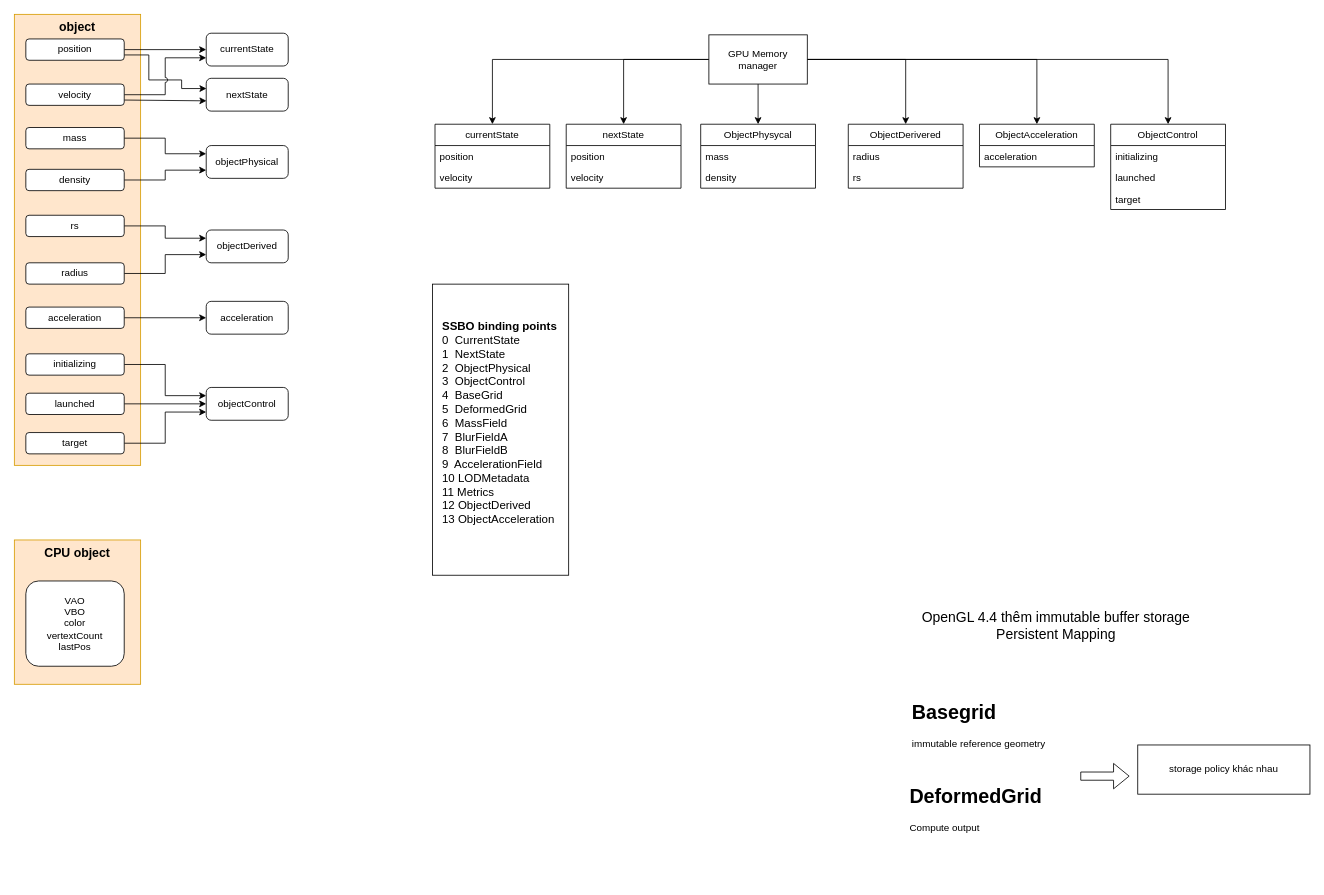
Above: page "class GMemory" (1 of 2) of docs/gpu_memory_manager.drawio in quocthaile/gravity_sim (draw.io), before the change. Source tidied: cells renumbered, new cells numbered last; positions are measured from the earlier drawing's top-left corner, leaving out a move shared by most shapes. Both pictures are drawn from the tidied source at 82%, with x=0, y=0 at pixel (14, 14).
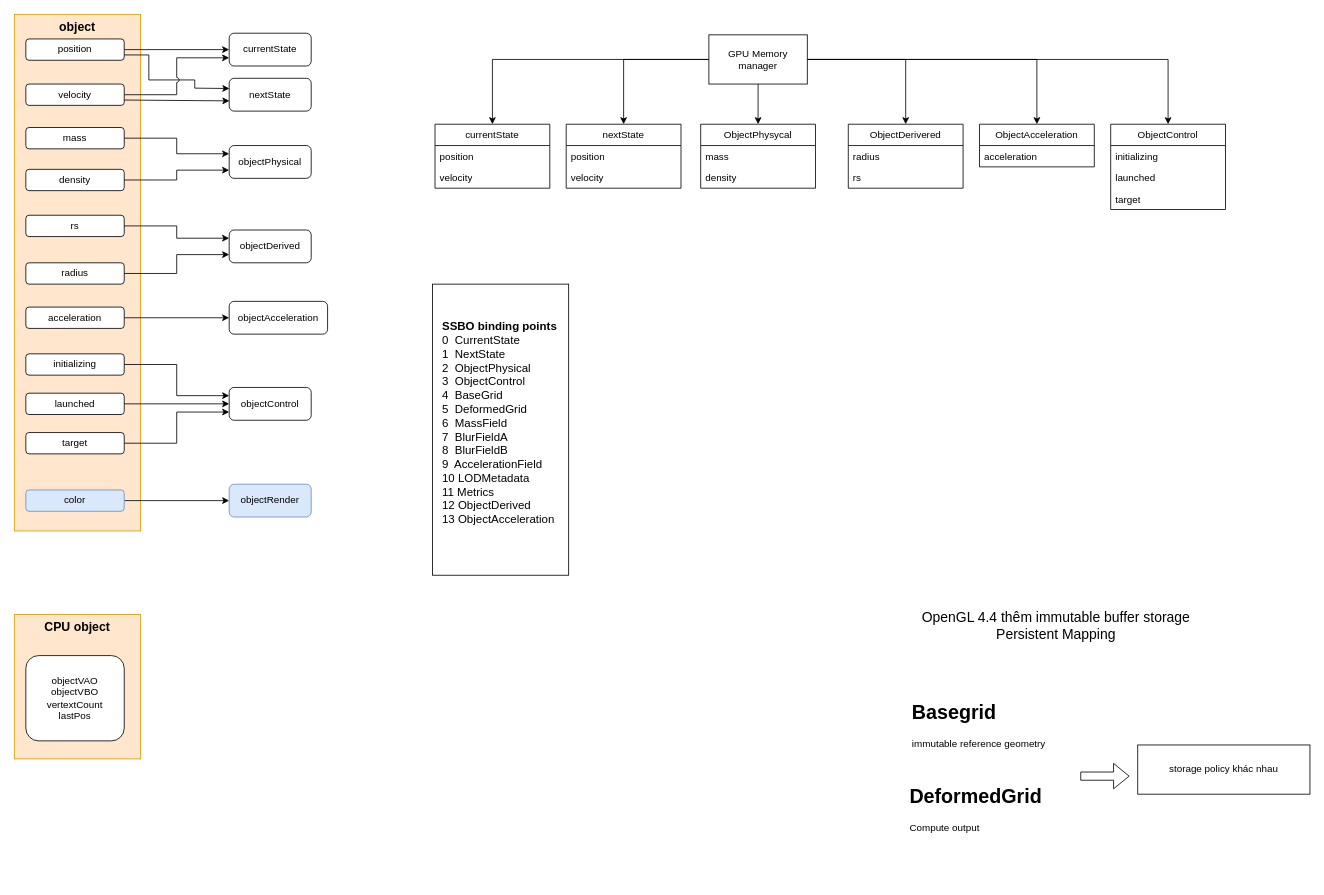
The same page after the edit.

Unchanged cells that the change refers to:
```xml
<mxCell id="32" value="position" style="rounded=1;whiteSpace=wrap;html=1;" parent="1" vertex="1">
  <mxGeometry x="14" y="30" width="120" height="26" as="geometry" />
</mxCell>
```

What changed in the source:
```diff
@@
     <mxCell id="2" value="CPU object" style="rounded=0;whiteSpace=wrap;html=1;verticalAlign=top;fontStyle=1;fontSize=15;fillColor=#ffe6cc;strokeColor=#d79b00;" parent="1" vertex="1">
-      <mxGeometry y="641" width="154" height="176" as="geometry" />
+      <mxGeometry y="732" width="154" height="176" as="geometry" />
     </mxCell>
     <mxCell id="3" value="object" style="rounded=0;whiteSpace=wrap;html=1;verticalAlign=top;fontStyle=1;fontSize=15;fillColor=#ffe6cc;strokeColor=#d79b00;" parent="1" vertex="1">
-      <mxGeometry width="154" height="550" as="geometry" />
+      <mxGeometry width="154" height="630" as="geometry" />
     </mxCell>
@@
     <mxCell id="31" style="edgeStyle=orthogonalEdgeStyle;rounded=0;jettySize=auto;html=1;exitX=1;exitY=0.75;exitDx=0;exitDy=0;entryX=0.003;entryY=0.312;entryDx=0;entryDy=0;jumpStyle=arc;entryPerimeter=0;" parent="1" edge="1" source="32" target="53">
       <mxGeometry relative="1" as="geometry">
         <Array as="points">
           <mxPoint x="164" y="49.5" />
           <mxPoint x="164" y="80" />
-          <mxPoint x="204" y="80" />
-          <mxPoint x="204" y="90" />
+          <mxPoint x="220" y="80" />
+          <mxPoint x="220" y="90" />
           <mxPoint x="234.3" y="90" />
         </Array>
       </mxGeometry>
     </mxCell>
@@
     <mxCell id="52" value="currentState" style="rounded=1;whiteSpace=wrap;html=1;" parent="1" vertex="1">
-      <mxGeometry x="234" y="23" width="100" height="40" as="geometry" />
+      <mxGeometry x="262" y="23" width="100" height="40" as="geometry" />
     </mxCell>
     <mxCell id="53" value="nextState" style="rounded=1;whiteSpace=wrap;html=1;" parent="1" vertex="1">
-      <mxGeometry x="234" y="78" width="100" height="40" as="geometry" />
+      <mxGeometry x="262" y="78" width="100" height="40" as="geometry" />
     </mxCell>
     <mxCell id="54" value="objectPhysical" style="rounded=1;whiteSpace=wrap;html=1;" parent="1" vertex="1">
-      <mxGeometry x="234" y="160" width="100" height="40" as="geometry" />
+      <mxGeometry x="262" y="160" width="100" height="40" as="geometry" />
     </mxCell>
     <mxCell id="55" value="objectDerived" style="rounded=1;whiteSpace=wrap;html=1;" parent="1" vertex="1">
-      <mxGeometry x="234" y="263" width="100" height="40" as="geometry" />
+      <mxGeometry x="262" y="263" width="100" height="40" as="geometry" />
     </mxCell>
-    <mxCell id="56" value="acceleration" style="rounded=1;whiteSpace=wrap;html=1;" parent="1" vertex="1">
-      <mxGeometry x="234" y="350" width="100" height="40" as="geometry" />
+    <mxCell id="56" value="objectAcceleration" style="rounded=1;whiteSpace=wrap;html=1;" parent="1" vertex="1">
+      <mxGeometry x="262" y="350" width="120" height="40" as="geometry" />
     </mxCell>
     <mxCell id="57" value="objectControl" style="rounded=1;whiteSpace=wrap;html=1;" parent="1" vertex="1">
-      <mxGeometry x="234" y="455" width="100" height="40" as="geometry" />
+      <mxGeometry x="262" y="455" width="100" height="40" as="geometry" />
     </mxCell>
-    <mxCell id="58" value="&lt;span style=&quot;text-align: left;&quot;&gt;VAO&lt;/span&gt;&lt;div&gt;&lt;span style=&quot;text-align: left;&quot;&gt;VBO&lt;/span&gt;&lt;/div&gt;&lt;div&gt;&lt;span style=&quot;text-align: left;&quot;&gt;color&lt;/span&gt;&lt;/div&gt;&lt;div&gt;&lt;span style=&quot;text-align: left;&quot;&gt;vertextCount&lt;/span&gt;&lt;/div&gt;&lt;div&gt;&lt;span style=&quot;text-align: left;&quot;&gt;lastPos&lt;/span&gt;&lt;/div&gt;" style="rounded=1;whiteSpace=wrap;html=1;" parent="1" vertex="1">
-      <mxGeometry x="14" y="691" width="120" height="104" as="geometry" />
+    <mxCell id="58" value="&lt;span style=&quot;text-align: left;&quot;&gt;objectVAO&lt;/span&gt;&lt;div&gt;&lt;span style=&quot;text-align: left;&quot;&gt;objectVBO&lt;/span&gt;&lt;/div&gt;&lt;div&gt;&lt;span style=&quot;text-align: left;&quot;&gt;vertextCount&lt;/span&gt;&lt;/div&gt;&lt;div&gt;&lt;span style=&quot;text-align: left;&quot;&gt;lastPos&lt;/span&gt;&lt;/div&gt;" style="rounded=1;whiteSpace=wrap;html=1;" parent="1" vertex="1">
+      <mxGeometry x="14" y="782" width="120" height="104" as="geometry" />
     </mxCell>
@@
+    <mxCell id="64" value="objectRender" style="rounded=1;whiteSpace=wrap;html=1;fillColor=#dae8fc;strokeColor=#6c8ebf;" parent="1" vertex="1">
+      <mxGeometry x="262" y="573" width="100" height="40" as="geometry" />
+    </mxCell>
+    <mxCell id="65" style="edgeStyle=orthogonalEdgeStyle;rounded=0;jettySize=auto;html=1;entryX=0;entryY=0.5;entryDx=0;entryDy=0;" parent="1" edge="1" source="66" target="64">
+      <mxGeometry relative="1" as="geometry" />
+    </mxCell>
+    <mxCell id="66" value="&lt;span style=&quot;text-align: left;&quot;&gt;color&lt;/span&gt;" style="rounded=1;whiteSpace=wrap;html=1;fillColor=#dae8fc;strokeColor=#6c8ebf;" parent="1" vertex="1">
+      <mxGeometry x="14" y="580" width="120" height="26" as="geometry" />
+    </mxCell>
```
